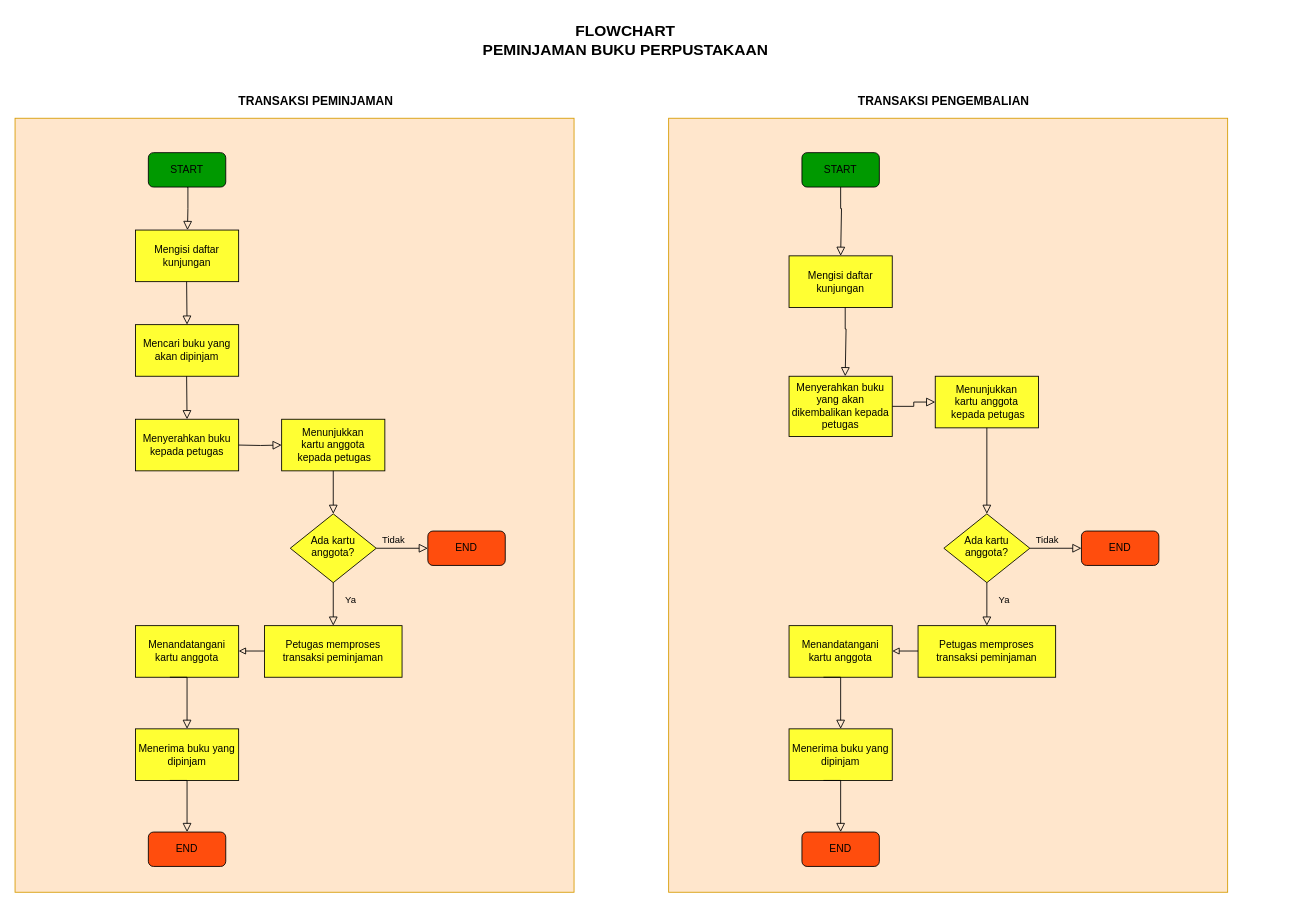
Earlier version of the draw.io diagram Untitled Diagram.drawio (aguspriyatin80/perpustakaan). Source tidied: cells renumbered, new cells numbered last; positions are measured from the earlier drawing's top-left corner, leaving out a move shared by most shapes. Both pictures are drawn from the tidied source at 86%, with x=0, y=0 at pixel (15, 15).
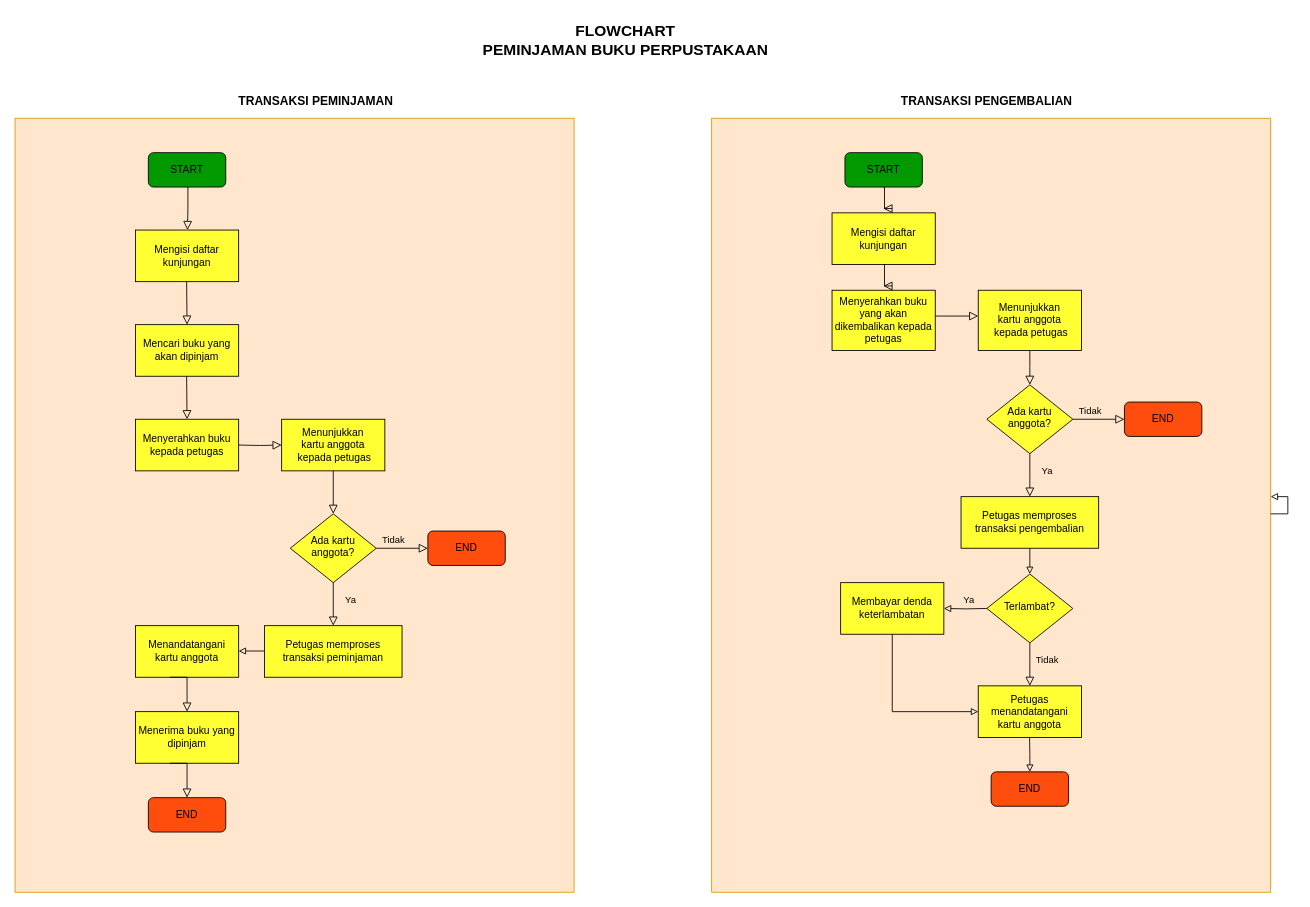
The same diagram, later.

Diff of the diagram source:
```diff
@@
+    <mxCell id="26" style="rounded=0;whiteSpace=wrap;html=1;strokeColor=#d79b00;fillColor=#ffe6cc;" parent="1" vertex="1">
+      <mxGeometry x="810" y="120" width="650" height="900" as="geometry" />
+    </mxCell>
@@
     <mxCell id="20" value="Menerima buku yang dipinjam" style="rounded=0;whiteSpace=wrap;html=1;fillColor=#FFFF33;" parent="1" vertex="1">
-      <mxGeometry x="140" y="830" width="120" height="60" as="geometry" />
+      <mxGeometry x="140" y="810" width="120" height="60" as="geometry" />
     </mxCell>
     <mxCell id="21" style="rounded=0;html=1;jettySize=auto;orthogonalLoop=1;fontSize=11;endArrow=block;endFill=0;endSize=8;strokeWidth=1;shadow=0;labelBackgroundColor=none;edgeStyle=orthogonalEdgeStyle;" parent="1" edge="1">
       <mxGeometry relative="1" as="geometry">
         <mxPoint x="180" y="770" as="sourcePoint" />
-        <mxPoint x="200" y="830" as="targetPoint" />
+        <mxPoint x="200" y="810" as="targetPoint" />
         <Array as="points">
           <mxPoint x="200" y="770" />
-          <mxPoint x="200" y="820" />
         </Array>
       </mxGeometry>
     </mxCell>
     <mxCell id="22" value="END" style="rounded=1;whiteSpace=wrap;html=1;fontSize=12;glass=0;strokeWidth=1;shadow=0;fillColor=#FF4D0D;" parent="1" vertex="1">
-      <mxGeometry x="155" y="950" width="90" height="40" as="geometry" />
+      <mxGeometry x="155" y="910" width="90" height="40" as="geometry" />
     </mxCell>
-    <mxCell id="23" style="rounded=0;html=1;jettySize=auto;orthogonalLoop=1;fontSize=11;endArrow=block;endFill=0;endSize=8;strokeWidth=1;shadow=0;labelBackgroundColor=none;edgeStyle=orthogonalEdgeStyle;" parent="1" edge="1">
-      <mxGeometry relative="1" as="geometry">
-        <mxPoint x="180" y="890" as="sourcePoint" />
-        <mxPoint x="200" y="950" as="targetPoint" />
-        <Array as="points">
-          <mxPoint x="200" y="890" />
-          <mxPoint x="200" y="940" />
-        </Array>
-      </mxGeometry>
-    </mxCell>
@@
-    <mxCell id="26" style="rounded=0;whiteSpace=wrap;html=1;strokeColor=#d79b00;fillColor=#ffe6cc;" parent="1" vertex="1">
-      <mxGeometry x="760" y="120" width="650" height="900" as="geometry" />
-    </mxCell>
@@
     <mxCell id="28" value="Ada kartu anggota?" style="rhombus;whiteSpace=wrap;html=1;shadow=0;fontFamily=Helvetica;fontSize=12;align=center;strokeWidth=1;spacing=6;spacingTop=-4;fillColor=#FFFF33;" parent="1" vertex="1">
-      <mxGeometry x="1080" y="580" width="100" height="80" as="geometry" />
+      <mxGeometry x="1130" y="430" width="100" height="80" as="geometry" />
     </mxCell>
     <mxCell id="29" value="END" style="rounded=1;whiteSpace=wrap;html=1;fontSize=12;glass=0;strokeWidth=1;shadow=0;fillColor=#FF4D0D;" parent="1" vertex="1">
-      <mxGeometry x="1240" y="600" width="90" height="40" as="geometry" />
+      <mxGeometry x="1290" y="450" width="90" height="40" as="geometry" />
     </mxCell>
     <mxCell id="30" value="Mengisi daftar kunjungan" style="rounded=0;whiteSpace=wrap;html=1;fillColor=#FFFF33;" parent="1" vertex="1">
-      <mxGeometry x="900" y="280" width="120" height="60" as="geometry" />
+      <mxGeometry x="950" y="230" width="120" height="60" as="geometry" />
     </mxCell>
-    <mxCell id="31" style="rounded=0;html=1;jettySize=auto;fontSize=11;endArrow=block;endFill=0;endSize=8;strokeWidth=1;shadow=0;labelBackgroundColor=none;edgeStyle=orthogonalEdgeStyle;entryX=0.5;entryY=0;entryDx=0;entryDy=0;" parent="1" edge="1" target="30">
-      <mxGeometry relative="1" as="geometry">
-        <mxPoint x="960" y="200" as="sourcePoint" />
-        <Array as="points">
-          <mxPoint x="961" y="225" />
-        </Array>
-      </mxGeometry>
-    </mxCell>
     <mxCell id="32" value="Menyerahkan buku yang akan dikembalikan kepada petugas" style="rounded=0;whiteSpace=wrap;html=1;fillColor=#FFFF33;" parent="1" vertex="1">
-      <mxGeometry x="900" y="420" width="120" height="70" as="geometry" />
+      <mxGeometry x="950" y="320" width="120" height="70" as="geometry" />
     </mxCell>
     <mxCell id="33" value="&lt;div&gt;Menunjukkan &lt;br&gt;&lt;/div&gt;&lt;div&gt;kartu anggota&lt;/div&gt;&amp;nbsp;kepada petugas" style="rounded=0;whiteSpace=wrap;html=1;fillColor=#FFFF33;" parent="1" vertex="1">
-      <mxGeometry x="1070" y="420" width="120" height="60" as="geometry" />
+      <mxGeometry x="1120" y="320" width="120" height="70" as="geometry" />
     </mxCell>
-    <mxCell id="34" style="rounded=0;html=1;jettySize=auto;fontSize=11;endArrow=block;endFill=0;endSize=8;strokeWidth=1;shadow=0;labelBackgroundColor=none;edgeStyle=orthogonalEdgeStyle;entryX=0;entryY=0.5;entryDx=0;entryDy=0;exitX=1;exitY=0.5;exitDx=0;exitDy=0;" parent="1" edge="1" source="32" target="33">
-      <mxGeometry relative="1" as="geometry" />
+    <mxCell id="34" style="rounded=0;html=1;jettySize=auto;orthogonalLoop=1;fontSize=11;endArrow=block;endFill=0;endSize=8;strokeWidth=1;shadow=0;labelBackgroundColor=none;edgeStyle=orthogonalEdgeStyle;" parent="1" edge="1">
+      <mxGeometry relative="1" as="geometry">
+        <mxPoint x="1070" y="350" as="sourcePoint" />
+        <mxPoint x="1120" y="350" as="targetPoint" />
+      </mxGeometry>
     </mxCell>
-    <mxCell id="35" style="rounded=0;html=1;jettySize=auto;fontSize=11;endArrow=block;endFill=0;endSize=8;strokeWidth=1;shadow=0;labelBackgroundColor=none;edgeStyle=orthogonalEdgeStyle;entryX=0.5;entryY=0;entryDx=0;entryDy=0;exitX=0.5;exitY=1;exitDx=0;exitDy=0;" parent="1" edge="1" source="33" target="28">
-      <mxGeometry relative="1" as="geometry" />
+    <mxCell id="35" style="rounded=0;html=1;jettySize=auto;fontSize=11;endArrow=block;endFill=0;endSize=8;strokeWidth=1;shadow=0;labelBackgroundColor=none;edgeStyle=orthogonalEdgeStyle;exitX=0.5;exitY=1;exitDx=0;exitDy=0;" parent="1" edge="1" source="33">
+      <mxGeometry relative="1" as="geometry">
+        <mxPoint x="1180" y="430" as="targetPoint" />
+      </mxGeometry>
     </mxCell>
-    <mxCell id="36" value="Petugas memproses transaksi peminjaman" style="rounded=0;whiteSpace=wrap;html=1;fillColor=#FFFF33;" parent="1" vertex="1">
-      <mxGeometry x="1050" y="710" width="160" height="60" as="geometry" />
+    <mxCell id="36" value="Petugas memproses transaksi pengembalian" style="rounded=0;whiteSpace=wrap;html=1;fillColor=#FFFF33;" parent="1" vertex="1">
+      <mxGeometry x="1100" y="560" width="160" height="60" as="geometry" />
     </mxCell>
     <mxCell id="37" value="START" style="rounded=1;whiteSpace=wrap;html=1;fontSize=12;glass=0;strokeWidth=1;shadow=0;fillColor=#009900;" parent="1" vertex="1">
-      <mxGeometry x="915" y="160" width="90" height="40" as="geometry" />
+      <mxGeometry x="965" y="160" width="90" height="40" as="geometry" />
     </mxCell>
-    <mxCell id="38" value="Ya" style="edgeStyle=orthogonalEdgeStyle;rounded=0;html=1;jettySize=auto;fontSize=11;endArrow=block;endFill=0;endSize=8;strokeWidth=1;shadow=0;labelBackgroundColor=none;entryX=0.5;entryY=0;entryDx=0;entryDy=0;exitX=0.5;exitY=1;exitDx=0;exitDy=0;" parent="1" edge="1" source="28" target="36">
-      <mxGeometry x="-0.2" y="20" relative="1" as="geometry" />
+    <mxCell id="38" value="Ya" style="edgeStyle=orthogonalEdgeStyle;rounded=0;html=1;jettySize=auto;fontSize=11;endArrow=block;endFill=0;endSize=8;strokeWidth=1;shadow=0;labelBackgroundColor=none;exitX=0.5;exitY=1;exitDx=0;exitDy=0;" parent="1" edge="1" source="28">
+      <mxGeometry x="-0.2" y="20" relative="1" as="geometry">
+        <mxPoint x="1180" y="560" as="targetPoint" />
+      </mxGeometry>
     </mxCell>
-    <mxCell id="39" style="rounded=0;html=1;jettySize=auto;orthogonalLoop=1;fontSize=11;endArrow=none;endFill=0;endSize=8;strokeWidth=1;shadow=0;labelBackgroundColor=none;edgeStyle=orthogonalEdgeStyle;startArrow=block;startFill=0;" parent="1" edge="1">
-      <mxGeometry relative="1" as="geometry">
-        <mxPoint x="1020" y="739.5" as="sourcePoint" />
-        <mxPoint x="1050" y="740" as="targetPoint" />
-      </mxGeometry>
-    </mxCell>
-    <mxCell id="40" value="Menandatangani kartu anggota" style="rounded=0;whiteSpace=wrap;html=1;fillColor=#FFFF33;" parent="1" vertex="1">
-      <mxGeometry x="900" y="710" width="120" height="60" as="geometry" />
+    <mxCell id="40" value="Petugas menandatangani kartu anggota" style="rounded=0;whiteSpace=wrap;html=1;fillColor=#FFFF33;" parent="1" vertex="1">
+      <mxGeometry x="1120" y="780" width="120" height="60" as="geometry" />
     </mxCell>
-    <mxCell id="41" value="Menerima buku yang dipinjam" style="rounded=0;whiteSpace=wrap;html=1;fillColor=#FFFF33;" parent="1" vertex="1">
-      <mxGeometry x="900" y="830" width="120" height="60" as="geometry" />
-    </mxCell>
-    <mxCell id="42" style="rounded=0;html=1;jettySize=auto;orthogonalLoop=1;fontSize=11;endArrow=block;endFill=0;endSize=8;strokeWidth=1;shadow=0;labelBackgroundColor=none;edgeStyle=orthogonalEdgeStyle;" parent="1" edge="1">
-      <mxGeometry relative="1" as="geometry">
-        <mxPoint x="940" y="770" as="sourcePoint" />
-        <mxPoint x="960" y="830" as="targetPoint" />
-        <Array as="points">
-          <mxPoint x="960" y="770" />
-          <mxPoint x="960" y="820" />
-        </Array>
-      </mxGeometry>
-    </mxCell>
     <mxCell id="43" value="END" style="rounded=1;whiteSpace=wrap;html=1;fontSize=12;glass=0;strokeWidth=1;shadow=0;fillColor=#FF4D0D;" parent="1" vertex="1">
-      <mxGeometry x="915" y="950" width="90" height="40" as="geometry" />
+      <mxGeometry x="1135" y="880" width="90" height="40" as="geometry" />
     </mxCell>
-    <mxCell id="44" style="rounded=0;html=1;jettySize=auto;orthogonalLoop=1;fontSize=11;endArrow=block;endFill=0;endSize=8;strokeWidth=1;shadow=0;labelBackgroundColor=none;edgeStyle=orthogonalEdgeStyle;" parent="1" edge="1">
-      <mxGeometry relative="1" as="geometry">
-        <mxPoint x="940" y="890" as="sourcePoint" />
-        <mxPoint x="960" y="950" as="targetPoint" />
-        <Array as="points">
-          <mxPoint x="960" y="890" />
-          <mxPoint x="960" y="940" />
-        </Array>
-      </mxGeometry>
-    </mxCell>
     <mxCell id="45" value="&lt;font style=&quot;font-size: 14px&quot;&gt;&lt;b&gt;TRANSAKSI PENGEMBALIAN&lt;/b&gt;&lt;/font&gt;" style="rounded=0;whiteSpace=wrap;html=1;strokeColor=#FFFFFF;fillColor=none;" parent="1" vertex="1">
-      <mxGeometry x="880" y="90" width="400" height="20" as="geometry" />
+      <mxGeometry x="930" y="90" width="400" height="20" as="geometry" />
     </mxCell>
-    <mxCell id="46" style="rounded=0;html=1;jettySize=auto;orthogonalLoop=1;fontSize=11;endArrow=block;endFill=0;endSize=8;strokeWidth=1;shadow=0;labelBackgroundColor=none;edgeStyle=orthogonalEdgeStyle;entryX=0.5;entryY=0;entryDx=0;entryDy=0;" parent="1" edge="1">
-      <mxGeometry relative="1" as="geometry">
-        <mxPoint x="965.3" y="340" as="sourcePoint" />
-        <mxPoint x="965.3" y="420" as="targetPoint" />
-        <Array as="points">
-          <mxPoint x="966.3" y="365" />
-        </Array>
-      </mxGeometry>
-    </mxCell>
+    <mxCell id="47" style="edgeStyle=orthogonalEdgeStyle;rounded=0;orthogonalLoop=1;jettySize=auto;html=1;startArrow=block;startFill=0;endArrow=none;endFill=0;" parent="1" edge="1" source="26" target="26">
+      <mxGeometry relative="1" as="geometry" />
+    </mxCell>
+    <mxCell id="48" style="rounded=0;html=1;jettySize=auto;orthogonalLoop=1;fontSize=11;endArrow=block;endFill=0;endSize=8;strokeWidth=1;shadow=0;labelBackgroundColor=none;edgeStyle=orthogonalEdgeStyle;" parent="1" edge="1">
+      <mxGeometry relative="1" as="geometry">
+        <mxPoint x="1010" y="200" as="sourcePoint" />
+        <mxPoint x="1009.7" y="225" as="targetPoint" />
+        <Array as="points">
+          <mxPoint x="1011" y="225" />
+        </Array>
+      </mxGeometry>
+    </mxCell>
+    <mxCell id="49" value="Terlambat?" style="rhombus;whiteSpace=wrap;html=1;shadow=0;fontFamily=Helvetica;fontSize=12;align=center;strokeWidth=1;spacing=6;spacingTop=-4;fillColor=#FFFF33;" parent="1" vertex="1">
+      <mxGeometry x="1130" y="650" width="100" height="80" as="geometry" />
+    </mxCell>
+    <mxCell id="50" style="rounded=0;html=1;jettySize=auto;orthogonalLoop=1;fontSize=11;endArrow=block;endFill=0;endSize=8;strokeWidth=1;shadow=0;labelBackgroundColor=none;edgeStyle=orthogonalEdgeStyle;" parent="1" edge="1">
+      <mxGeometry relative="1" as="geometry">
+        <mxPoint x="1009.9" y="290" as="sourcePoint" />
+        <mxPoint x="1009.7" y="315" as="targetPoint" />
+        <Array as="points">
+          <mxPoint x="1011" y="315" />
+        </Array>
+      </mxGeometry>
+    </mxCell>
+    <mxCell id="51" style="rounded=0;html=1;jettySize=auto;fontSize=11;endArrow=none;endFill=0;endSize=8;strokeWidth=1;shadow=0;labelBackgroundColor=none;edgeStyle=orthogonalEdgeStyle;startArrow=block;startFill=0;exitX=0.5;exitY=0;exitDx=0;exitDy=0;" parent="1" edge="1" source="49">
+      <mxGeometry relative="1" as="geometry">
+        <mxPoint x="1180" y="620" as="targetPoint" />
+      </mxGeometry>
+    </mxCell>
+    <mxCell id="52" value="Ya" style="edgeStyle=orthogonalEdgeStyle;rounded=0;html=1;jettySize=auto;fontSize=11;endArrow=none;endFill=0;endSize=8;strokeWidth=1;shadow=0;labelBackgroundColor=none;entryX=0;entryY=0.5;entryDx=0;entryDy=0;startArrow=block;startFill=0;" parent="1" edge="1" target="49">
+      <mxGeometry x="0.2" y="10" relative="1" as="geometry">
+        <mxPoint x="1080" y="690" as="sourcePoint" />
+      </mxGeometry>
+    </mxCell>
+    <mxCell id="53" value="Tidak" style="edgeStyle=orthogonalEdgeStyle;rounded=0;html=1;jettySize=auto;orthogonalLoop=1;fontSize=11;endArrow=block;endFill=0;endSize=8;strokeWidth=1;shadow=0;labelBackgroundColor=none;" parent="1" edge="1">
+      <mxGeometry x="-0.2" y="20" relative="1" as="geometry">
+        <mxPoint x="1180" y="730" as="sourcePoint" />
+        <mxPoint x="1180" y="780" as="targetPoint" />
+        <Array as="points">
+          <mxPoint x="1180" y="750" />
+        </Array>
+      </mxGeometry>
+    </mxCell>
+    <mxCell id="54" style="rounded=0;html=1;jettySize=auto;fontSize=11;endArrow=none;endFill=0;endSize=8;strokeWidth=1;shadow=0;labelBackgroundColor=none;edgeStyle=orthogonalEdgeStyle;startArrow=block;startFill=0;exitX=0.5;exitY=0;exitDx=0;exitDy=0;" parent="1" edge="1" source="43">
+      <mxGeometry relative="1" as="geometry">
+        <mxPoint x="1179.7" y="840" as="targetPoint" />
+      </mxGeometry>
+    </mxCell>
+    <mxCell id="55" value="Membayar denda keterlambatan" style="rounded=0;whiteSpace=wrap;html=1;fillColor=#FFFF33;" parent="1" vertex="1">
+      <mxGeometry x="960" y="660" width="120" height="60" as="geometry" />
+    </mxCell>
+    <mxCell id="56" style="rounded=0;html=1;jettySize=auto;fontSize=11;endArrow=none;endFill=0;endSize=8;strokeWidth=1;shadow=0;labelBackgroundColor=none;edgeStyle=orthogonalEdgeStyle;startArrow=block;startFill=0;exitX=0;exitY=0.5;exitDx=0;exitDy=0;" parent="1" edge="1" source="40" target="55">
+      <mxGeometry relative="1" as="geometry" />
+    </mxCell>
+    <mxCell id="57" style="rounded=0;html=1;jettySize=auto;orthogonalLoop=1;fontSize=11;endArrow=block;endFill=0;endSize=8;strokeWidth=1;shadow=0;labelBackgroundColor=none;edgeStyle=orthogonalEdgeStyle;" parent="1" edge="1">
+      <mxGeometry relative="1" as="geometry">
+        <mxPoint x="180" y="870" as="sourcePoint" />
+        <mxPoint x="200" y="910" as="targetPoint" />
+        <Array as="points">
+          <mxPoint x="200" y="870" />
+        </Array>
+      </mxGeometry>
+    </mxCell>
```
